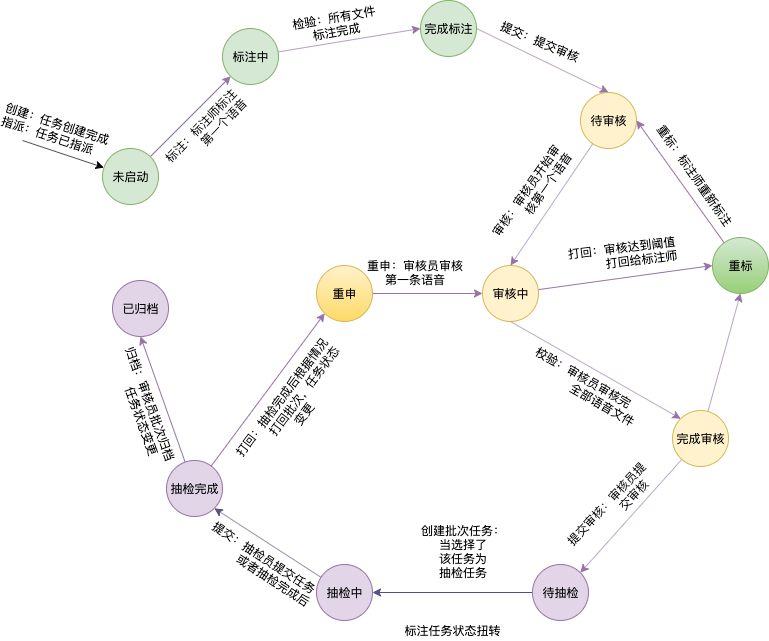
This is 标注状态转变图.png from gumuqi/draw.io, a draw.io export, as it was before one commit. Source tidied: cells renumbered, new cells last; positions are measured from the earlier drawing's top-left corner, leaving out a move shared by most shapes. Its diagram source:
```xml
<mxGraphModel>
  <root>
    <mxCell id="0" />
    <mxCell id="1" parent="0" />
    <mxCell id="2" style="rounded=0;jettySize=auto;html=1;entryX=0;entryY=1;entryDx=0;entryDy=0;fillColor=#e1d5e7;strokeColor=#9673a6;" parent="1" edge="1" source="6" target="9">
      <mxGeometry relative="1" as="geometry" />
    </mxCell>
    <mxCell id="3" value="标注：标注师标注&lt;br&gt;&amp;nbsp; &amp;nbsp; &amp;nbsp; &amp;nbsp; &amp;nbsp; &amp;nbsp;第一个语音" style="text;html=1;align=center;verticalAlign=middle;labelBackgroundColor=#ffffff;rotation=314;" parent="2" vertex="1">
      <mxGeometry x="-0.02" y="2" relative="1" as="geometry">
        <mxPoint x="17" y="15" as="offset" />
      </mxGeometry>
    </mxCell>
    <mxCell id="4" style="edgeStyle=none;rounded=0;jettySize=auto;html=1;startArrow=classic;startFill=1;endArrow=none;endFill=0;" parent="1" edge="1" source="6">
      <mxGeometry relative="1" as="geometry">
        <mxPoint y="140" as="targetPoint" />
      </mxGeometry>
    </mxCell>
    <mxCell id="5" value="创建：任务创建完成&lt;br&gt;指派：任务已指派" style="text;html=1;align=left;verticalAlign=middle;labelBackgroundColor=#ffffff;rotation=18;" parent="4" vertex="1">
      <mxGeometry x="0.33" y="-2" relative="1" as="geometry">
        <mxPoint x="-48" y="-35" as="offset" />
      </mxGeometry>
    </mxCell>
    <mxCell id="6" value="未启动" style="ellipse;whiteSpace=wrap;html=1;fillColor=#d5e8d4;strokeColor=#82b366;" parent="1" vertex="1">
      <mxGeometry x="80" y="148" width="56" height="56" as="geometry" />
    </mxCell>
    <mxCell id="7" style="rounded=0;jettySize=auto;html=1;entryX=0;entryY=0.5;entryDx=0;entryDy=0;fillColor=#e1d5e7;strokeColor=#9673a6;" parent="1" edge="1" source="9" target="12">
      <mxGeometry x="-0.17" y="42" relative="1" as="geometry" />
    </mxCell>
    <mxCell id="8" value="&lt;span style=&quot;font-size: 11px&quot;&gt;检验：所有文件&lt;/span&gt;&lt;br style=&quot;font-size: 11px&quot;&gt;&lt;span style=&quot;font-size: 11px&quot;&gt;标注完成&lt;/span&gt;" style="text;html=1;align=center;verticalAlign=middle;labelBackgroundColor=#ffffff;rotation=350;" parent="7" vertex="1">
      <mxGeometry x="-0.17" y="2" relative="1" as="geometry">
        <mxPoint x="-2.5" y="-16" as="offset" />
      </mxGeometry>
    </mxCell>
    <mxCell id="9" value="标注中" style="ellipse;whiteSpace=wrap;html=1;fillColor=#d5e8d4;strokeColor=#82b366;" parent="1" vertex="1">
      <mxGeometry x="200" y="28" width="56" height="56" as="geometry" />
    </mxCell>
    <mxCell id="10" style="rounded=0;jettySize=auto;html=1;exitX=1;exitY=0.5;exitDx=0;exitDy=0;entryX=0.5;entryY=0;entryDx=0;entryDy=0;fillColor=#e1d5e7;strokeColor=#9673a6;" parent="1" edge="1" source="12" target="15">
      <mxGeometry relative="1" as="geometry" />
    </mxCell>
    <mxCell id="11" value="提交：提交审核" style="text;html=1;align=center;verticalAlign=middle;labelBackgroundColor=#ffffff;rotation=23;" parent="10" vertex="1">
      <mxGeometry x="-0.15" y="1" relative="1" as="geometry">
        <mxPoint x="7" y="-14.5" as="offset" />
      </mxGeometry>
    </mxCell>
    <mxCell id="12" value="完成标注" style="ellipse;whiteSpace=wrap;html=1;fillColor=#d5e8d4;strokeColor=#82b366;" parent="1" vertex="1">
      <mxGeometry x="398" width="56" height="56" as="geometry" />
    </mxCell>
    <mxCell id="13" style="rounded=0;jettySize=auto;html=1;entryX=0.5;entryY=0;entryDx=0;entryDy=0;fillColor=#e1d5e7;strokeColor=#9673a6;" parent="1" edge="1" source="15" target="20">
      <mxGeometry relative="1" as="geometry" />
    </mxCell>
    <mxCell id="14" value="审核：审核员开始审&lt;br&gt;&amp;nbsp; &amp;nbsp; &amp;nbsp; &amp;nbsp; &amp;nbsp; &amp;nbsp;核第一个语音" style="text;html=1;align=center;verticalAlign=middle;labelBackgroundColor=#ffffff;rotation=305;" parent="13" vertex="1">
      <mxGeometry x="0.08" y="-2" relative="1" as="geometry">
        <mxPoint x="-15" y="-14.5" as="offset" />
      </mxGeometry>
    </mxCell>
    <mxCell id="15" value="待审核" style="ellipse;whiteSpace=wrap;html=1;fillColor=#fff2cc;strokeColor=#d6b656;" parent="1" vertex="1">
      <mxGeometry x="558" y="92" width="56" height="56" as="geometry" />
    </mxCell>
    <mxCell id="16" style="rounded=0;jettySize=auto;html=1;entryX=0;entryY=0.5;entryDx=0;entryDy=0;fillColor=#e1d5e7;strokeColor=#9673a6;" parent="1" edge="1" source="20" target="23">
      <mxGeometry relative="1" as="geometry" />
    </mxCell>
    <mxCell id="17" value="打回：审核达到阈值&lt;br&gt;&amp;nbsp; &amp;nbsp; &amp;nbsp; &amp;nbsp; &amp;nbsp; &amp;nbsp;打回给标注师" style="text;html=1;align=center;verticalAlign=middle;labelBackgroundColor=#ffffff;rotation=353;" parent="16" vertex="1">
      <mxGeometry x="-0.45" relative="1" as="geometry">
        <mxPoint x="35.5" y="-28.5" as="offset" />
      </mxGeometry>
    </mxCell>
    <mxCell id="18" style="rounded=0;jettySize=auto;html=1;entryX=0;entryY=0;entryDx=0;entryDy=0;exitX=0.5;exitY=1;exitDx=0;exitDy=0;fillColor=#e1d5e7;strokeColor=#9673a6;" parent="1" edge="1" source="20" target="27">
      <mxGeometry relative="1" as="geometry" />
    </mxCell>
    <mxCell id="19" value="校验：审核员审核完&lt;br&gt;&amp;nbsp; &amp;nbsp; &amp;nbsp; &amp;nbsp; &amp;nbsp; &amp;nbsp; &amp;nbsp; &amp;nbsp; &amp;nbsp; 全部语音文件" style="text;html=1;align=center;verticalAlign=middle;labelBackgroundColor=#ffffff;rotation=30;" parent="18" vertex="1">
      <mxGeometry x="-0.4" y="1" relative="1" as="geometry">
        <mxPoint x="18.5" y="32.5" as="offset" />
      </mxGeometry>
    </mxCell>
    <mxCell id="20" value="审核中" style="ellipse;whiteSpace=wrap;html=1;fillColor=#fff2cc;strokeColor=#d6b656;" parent="1" vertex="1">
      <mxGeometry x="460" y="265" width="56" height="56" as="geometry" />
    </mxCell>
    <mxCell id="21" style="rounded=0;jettySize=auto;html=1;entryX=1;entryY=0.5;entryDx=0;entryDy=0;elbow=vertical;fillColor=#e1d5e7;strokeColor=#9673a6;" parent="1" edge="1" source="23" target="15">
      <mxGeometry relative="1" as="geometry" />
    </mxCell>
    <mxCell id="22" value="重标：标注师重新标注" style="text;html=1;align=center;verticalAlign=middle;labelBackgroundColor=#ffffff;rotation=55;" parent="21" vertex="1">
      <mxGeometry x="-0.16" relative="1" as="geometry">
        <mxPoint x="8" y="-17" as="offset" />
      </mxGeometry>
    </mxCell>
    <mxCell id="23" value="重标" style="ellipse;whiteSpace=wrap;html=1;fillColor=#d5e8d4;strokeColor=#82b366;gradientColor=#97d077;" parent="1" vertex="1">
      <mxGeometry x="690" y="237" width="56" height="56" as="geometry" />
    </mxCell>
    <mxCell id="24" style="rounded=0;jettySize=auto;html=1;entryX=0.5;entryY=1;entryDx=0;entryDy=0;fillColor=#e1d5e7;strokeColor=#9673a6;" parent="1" edge="1" source="27" target="23">
      <mxGeometry relative="1" as="geometry" />
    </mxCell>
    <mxCell id="25" style="rounded=0;jettySize=auto;html=1;fillColor=#e1d5e7;strokeColor=#9673a6;entryX=1;entryY=0;entryDx=0;entryDy=0;" parent="1" edge="1" source="27" target="40">
      <mxGeometry relative="1" as="geometry" />
    </mxCell>
    <mxCell id="26" value="提交审核：审核员提&lt;br&gt;&amp;nbsp; &amp;nbsp; &amp;nbsp; &amp;nbsp; &amp;nbsp; &amp;nbsp; &amp;nbsp; &amp;nbsp;交审核" style="text;html=1;align=center;verticalAlign=middle;labelBackgroundColor=#ffffff;rotation=313;" parent="25" vertex="1">
      <mxGeometry x="0.18" relative="1" as="geometry">
        <mxPoint x="-10.5" y="-17.5" as="offset" />
      </mxGeometry>
    </mxCell>
    <mxCell id="27" value="完成审核" style="ellipse;whiteSpace=wrap;html=1;fillColor=#fff2cc;strokeColor=#d6b656;" parent="1" vertex="1">
      <mxGeometry x="650" y="410" width="56" height="56" as="geometry" />
    </mxCell>
    <mxCell id="28" style="rounded=0;jettySize=auto;html=1;entryX=0.5;entryY=1;entryDx=0;entryDy=0;fillColor=#e1d5e7;strokeColor=#9673a6;" parent="1" edge="1" source="32" target="33">
      <mxGeometry relative="1" as="geometry" />
    </mxCell>
    <mxCell id="29" value="归档：审核员批次归档&lt;br&gt;&amp;nbsp; &amp;nbsp; &amp;nbsp; &amp;nbsp; 任务状态变更" style="text;html=1;align=center;verticalAlign=middle;labelBackgroundColor=#ffffff;rotation=70;" parent="28" vertex="1">
      <mxGeometry x="0.22" y="-1" relative="1" as="geometry">
        <mxPoint x="-14.5" y="20" as="offset" />
      </mxGeometry>
    </mxCell>
    <mxCell id="30" style="rounded=0;jettySize=auto;html=1;entryX=0;entryY=1;entryDx=0;entryDy=0;fillColor=#e1d5e7;strokeColor=#9673a6;" parent="1" edge="1" source="32" target="36">
      <mxGeometry relative="1" as="geometry" />
    </mxCell>
    <mxCell id="31" value="打回：抽检完成后根据情况&lt;br&gt;&amp;nbsp; &amp;nbsp; &amp;nbsp; &amp;nbsp; &amp;nbsp; &amp;nbsp;打回批次，任务状态&lt;br&gt;变更" style="text;html=1;align=center;verticalAlign=middle;labelBackgroundColor=#ffffff;rotation=307;" parent="30" vertex="1">
      <mxGeometry x="-0.48" y="1" relative="1" as="geometry">
        <mxPoint x="53" y="-21" as="offset" />
      </mxGeometry>
    </mxCell>
    <mxCell id="32" value="抽检完成" style="ellipse;whiteSpace=wrap;html=1;fillColor=#e1d5e7;strokeColor=#9673a6;" parent="1" vertex="1">
      <mxGeometry x="144" y="460" width="56" height="56" as="geometry" />
    </mxCell>
    <mxCell id="33" value="已归档" style="ellipse;whiteSpace=wrap;html=1;fillColor=#e1d5e7;strokeColor=#9673a6;" parent="1" vertex="1">
      <mxGeometry x="90" y="280" width="56" height="56" as="geometry" />
    </mxCell>
    <mxCell id="34" style="rounded=0;jettySize=auto;html=1;entryX=0;entryY=0.5;entryDx=0;entryDy=0;fillColor=#e1d5e7;strokeColor=#9673a6;" parent="1" edge="1" source="36" target="20">
      <mxGeometry relative="1" as="geometry" />
    </mxCell>
    <mxCell id="35" value="重申：审核员审核&lt;br&gt;第一条语音" style="text;html=1;align=center;verticalAlign=middle;labelBackgroundColor=#ffffff;" parent="34" vertex="1">
      <mxGeometry x="-0.41" y="2" relative="1" as="geometry">
        <mxPoint x="10.5" y="-19.5" as="offset" />
      </mxGeometry>
    </mxCell>
    <mxCell id="36" value="重申" style="ellipse;whiteSpace=wrap;html=1;fillColor=#fff2cc;strokeColor=#d6b656;gradientColor=#ffd966;" parent="1" vertex="1">
      <mxGeometry x="294" y="265" width="56" height="56" as="geometry" />
    </mxCell>
    <mxCell id="37" value="标注任务状态扭转" style="text;html=1;strokeColor=none;fillColor=none;align=center;verticalAlign=middle;whiteSpace=wrap;rounded=0;" parent="1" vertex="1">
      <mxGeometry x="380" y="620" width="100" height="20" as="geometry" />
    </mxCell>
    <mxCell id="38" style="edgeStyle=none;rounded=0;jettySize=auto;html=1;entryX=1;entryY=0.5;entryDx=0;entryDy=0;startArrow=none;startFill=0;endArrow=classic;endFill=1;fillColor=#d0cee2;strokeColor=#56517e;" parent="1" edge="1" source="40" target="43">
      <mxGeometry relative="1" as="geometry" />
    </mxCell>
    <mxCell id="39" value="创建批次任务：&lt;br&gt;当选择了&lt;br&gt;该任务为&lt;br&gt;抽检任务" style="text;html=1;align=center;verticalAlign=middle;labelBackgroundColor=#ffffff;" parent="38" vertex="1">
      <mxGeometry x="0.4" y="-1" relative="1" as="geometry">
        <mxPoint x="42" y="-41" as="offset" />
      </mxGeometry>
    </mxCell>
    <mxCell id="40" value="待抽检" style="ellipse;whiteSpace=wrap;html=1;fillColor=#e1d5e7;strokeColor=#9673a6;" parent="1" vertex="1">
      <mxGeometry x="510" y="564" width="56" height="56" as="geometry" />
    </mxCell>
    <mxCell id="41" style="edgeStyle=none;rounded=0;jettySize=auto;html=1;entryX=1;entryY=1;entryDx=0;entryDy=0;startArrow=none;startFill=0;endArrow=classic;endFill=1;fillColor=#d0cee2;strokeColor=#56517e;" parent="1" edge="1" source="43" target="32">
      <mxGeometry relative="1" as="geometry" />
    </mxCell>
    <mxCell id="42" value="提交：抽检员提交任务&lt;br&gt;&amp;nbsp; &amp;nbsp; &amp;nbsp; &amp;nbsp; &amp;nbsp; &amp;nbsp; &amp;nbsp;或者抽检完成后&amp;nbsp;" style="text;html=1;align=center;verticalAlign=middle;labelBackgroundColor=#ffffff;rotation=33;" parent="41" vertex="1">
      <mxGeometry x="0.28" relative="1" as="geometry">
        <mxPoint x="7.5" y="29" as="offset" />
      </mxGeometry>
    </mxCell>
    <mxCell id="43" value="抽检中" style="ellipse;whiteSpace=wrap;html=1;fillColor=#e1d5e7;strokeColor=#9673a6;" parent="1" vertex="1">
      <mxGeometry x="294" y="564" width="56" height="56" as="geometry" />
    </mxCell>
  </root>
</mxGraphModel>
```
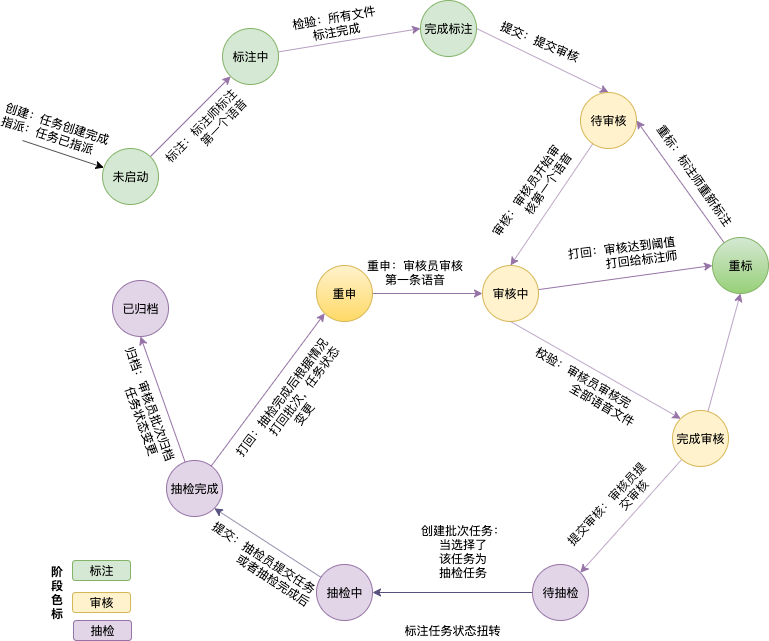
Above is the later version.

Commit message:
已添加 标注状态转变图.png

The edit, as a diff of the source:
```diff
@@ -158,5 +158,23 @@
     <mxCell id="43" value="抽检中" style="ellipse;whiteSpace=wrap;html=1;fillColor=#e1d5e7;strokeColor=#9673a6;" parent="1" vertex="1">
       <mxGeometry x="294" y="564" width="56" height="56" as="geometry" />
     </mxCell>
+    <mxCell id="44" style="edgeStyle=none;rounded=0;orthogonalLoop=1;jettySize=auto;html=1;exitX=1;exitY=0.5;exitDx=0;exitDy=0;startArrow=none;startFill=0;endArrow=classic;endFill=1;" parent="1" edge="1">
+      <mxGeometry relative="1" as="geometry">
+        <mxPoint x="108" y="564" as="sourcePoint" />
+        <mxPoint x="108" y="564" as="targetPoint" />
+      </mxGeometry>
+    </mxCell>
+    <mxCell id="45" value="标注" style="rounded=1;whiteSpace=wrap;html=1;align=center;fillColor=#d5e8d4;strokeColor=#82b366;" parent="1" vertex="1">
+      <mxGeometry x="50" y="560" width="58" height="20" as="geometry" />
+    </mxCell>
+    <mxCell id="46" value="审核" style="rounded=1;whiteSpace=wrap;html=1;align=center;fillColor=#fff2cc;strokeColor=#d6b656;" parent="1" vertex="1">
+      <mxGeometry x="50" y="592" width="58" height="20" as="geometry" />
+    </mxCell>
+    <mxCell id="47" value="抽检" style="rounded=1;whiteSpace=wrap;html=1;align=center;fillColor=#e1d5e7;strokeColor=#9673a6;" parent="1" vertex="1">
+      <mxGeometry x="51" y="620" width="58" height="20" as="geometry" />
+    </mxCell>
+    <mxCell id="48" value="&lt;b&gt;&lt;span&gt;阶段色标&lt;/span&gt;&lt;/b&gt;" style="text;html=1;strokeColor=none;fillColor=none;align=center;verticalAlign=middle;whiteSpace=wrap;rounded=0;horizontal=0;rotation=90;fontStyle=0;" parent="1" vertex="1">
+      <mxGeometry x="10" y="582" width="50" height="20" as="geometry" />
+    </mxCell>
   </root>
 </mxGraphModel>
```
